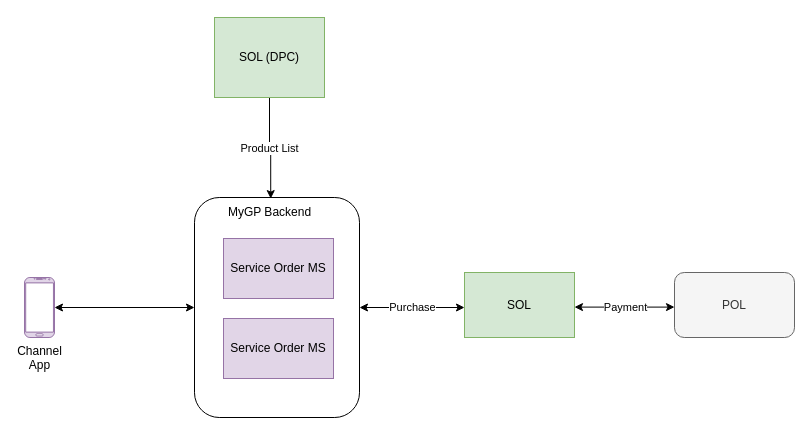
This is MyGP<->SOL Current Implemetaion.drawio from theasad/draw.io, a draw.io file, before an edit. Source tidied: cells renumbered, new cells numbered last; positions are measured from the earlier drawing's top-left corner, leaving out a move shared by most shapes. Both pictures are drawn from the tidied source at 100%, with x=0, y=0 at pixel (24, 17).
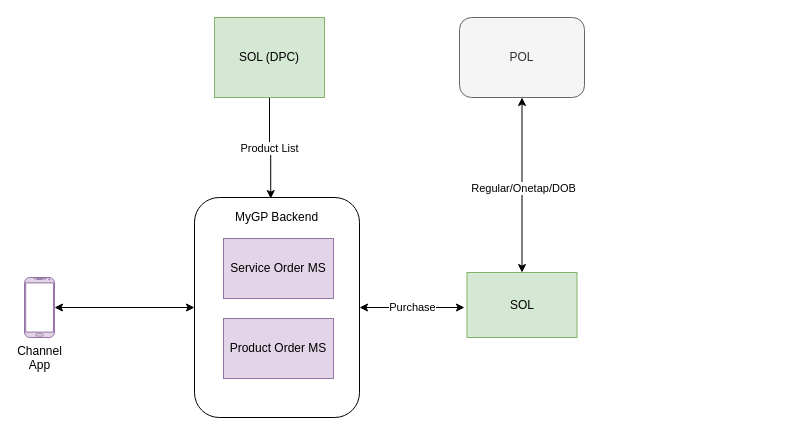
The same page after the edit.

Change to the diagram source:
```diff
@@
-    <mxCell id="7" value="Service Order MS" style="rounded=0;whiteSpace=wrap;html=1;fillColor=#e1d5e7;strokeColor=#9673a6;" parent="1" vertex="1">
+    <mxCell id="7" value="Product Order MS" style="rounded=0;whiteSpace=wrap;html=1;fillColor=#e1d5e7;strokeColor=#9673a6;" parent="1" vertex="1">
       <mxGeometry x="199" y="301" width="110" height="60" as="geometry" />
     </mxCell>
@@
-    <mxCell id="12" style="endArrow=classic;startArrow=classic;html=1;rounded=0;entryX=0;entryY=0.5;entryDx=0;entryDy=0;" parent="1" edge="1">
-      <mxGeometry relative="1" as="geometry">
-        <mxPoint x="550" y="289.6" as="sourcePoint" />
-        <mxPoint x="650" y="289.6" as="targetPoint" />
-      </mxGeometry>
+    <mxCell id="12" style="endArrow=classic;startArrow=classic;html=1;rounded=0;entryX=0.5;entryY=1;entryDx=0;entryDy=0;exitX=0.5;exitY=0;exitDx=0;exitDy=0;" parent="1" edge="1" source="15" target="16">
+      <mxGeometry relative="1" as="geometry" />
     </mxCell>
-    <mxCell id="13" value="Payment" style="edgeLabel;html=1;align=center;verticalAlign=middle;" parent="12" vertex="1">
+    <mxCell id="13" value="Regular/Onetap/DOB" style="edgeLabel;html=1;align=center;verticalAlign=middle;" parent="12" vertex="1">
       <mxGeometry x="-0.01" y="-2" relative="1" as="geometry">
-        <mxPoint y="-2" as="offset" />
+        <mxPoint x="-1" y="2" as="offset" />
       </mxGeometry>
     </mxCell>
     <mxCell id="14" value="MyGP Backend" style="text;html=1;whiteSpace=wrap;strokeColor=none;fillColor=none;align=center;verticalAlign=middle;rounded=0;" parent="1" vertex="1">
-      <mxGeometry x="197.5" y="180" width="95" height="30" as="geometry" />
+      <mxGeometry x="204.5" y="185" width="95" height="30" as="geometry" />
     </mxCell>
     <mxCell id="15" value="SOL" style="rounded=0;whiteSpace=wrap;html=1;fillColor=#d5e8d4;strokeColor=#82b366;" parent="1" vertex="1">
-      <mxGeometry x="440" y="255" width="110" height="65" as="geometry" />
+      <mxGeometry x="442.5" y="255" width="110" height="65" as="geometry" />
     </mxCell>
     <mxCell id="16" value="POL" style="rounded=1;whiteSpace=wrap;html=1;fillColor=#f5f5f5;fontColor=#333333;strokeColor=#666666;" parent="1" vertex="1">
-      <mxGeometry x="650" y="255" width="120" height="65" as="geometry" />
+      <mxGeometry x="435" width="125" height="80" as="geometry" />
     </mxCell>
```
